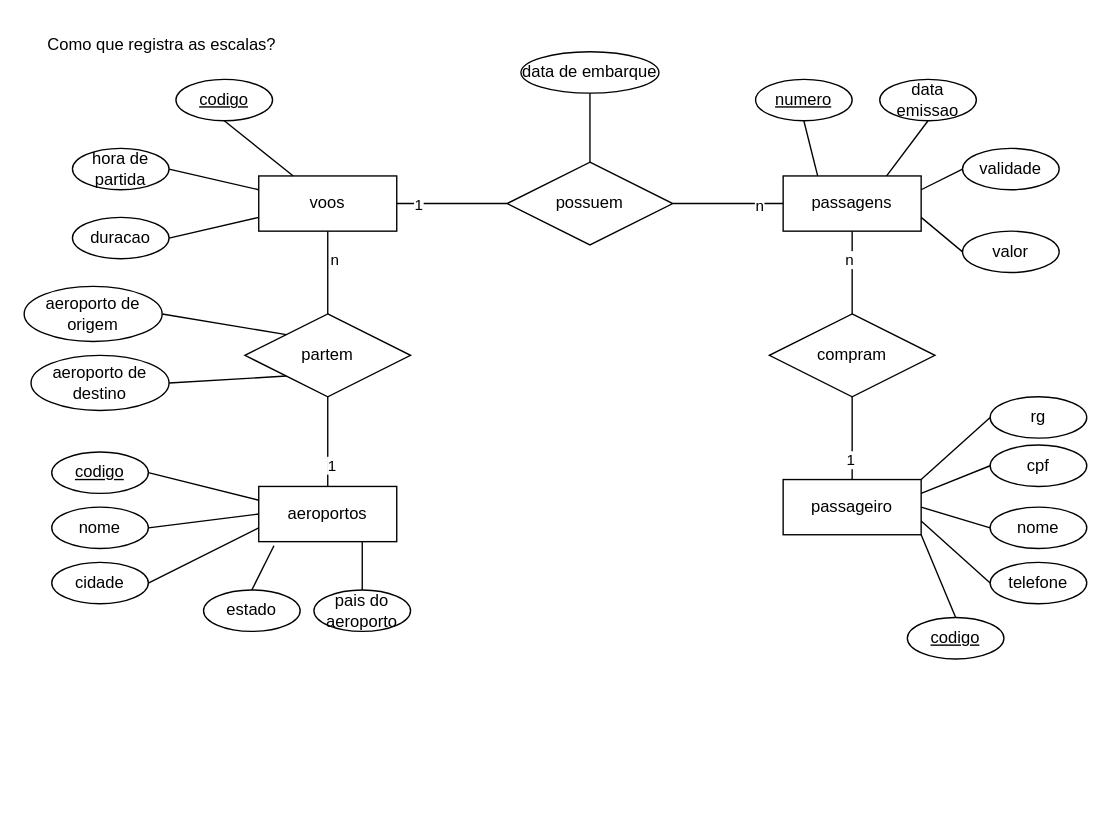
This is banco-de-dados-01/exercicios/mer/lista-01-mer-ex-003.drawio from lknupp/college-activities, a draw.io file, before an edit. Source tidied: cells renumbered, new cells numbered last; positions are measured from the earlier drawing's top-left corner, leaving out a move shared by most shapes. Both pictures are drawn from the tidied source at 138%, with x=0, y=0 at pixel (23, 23).
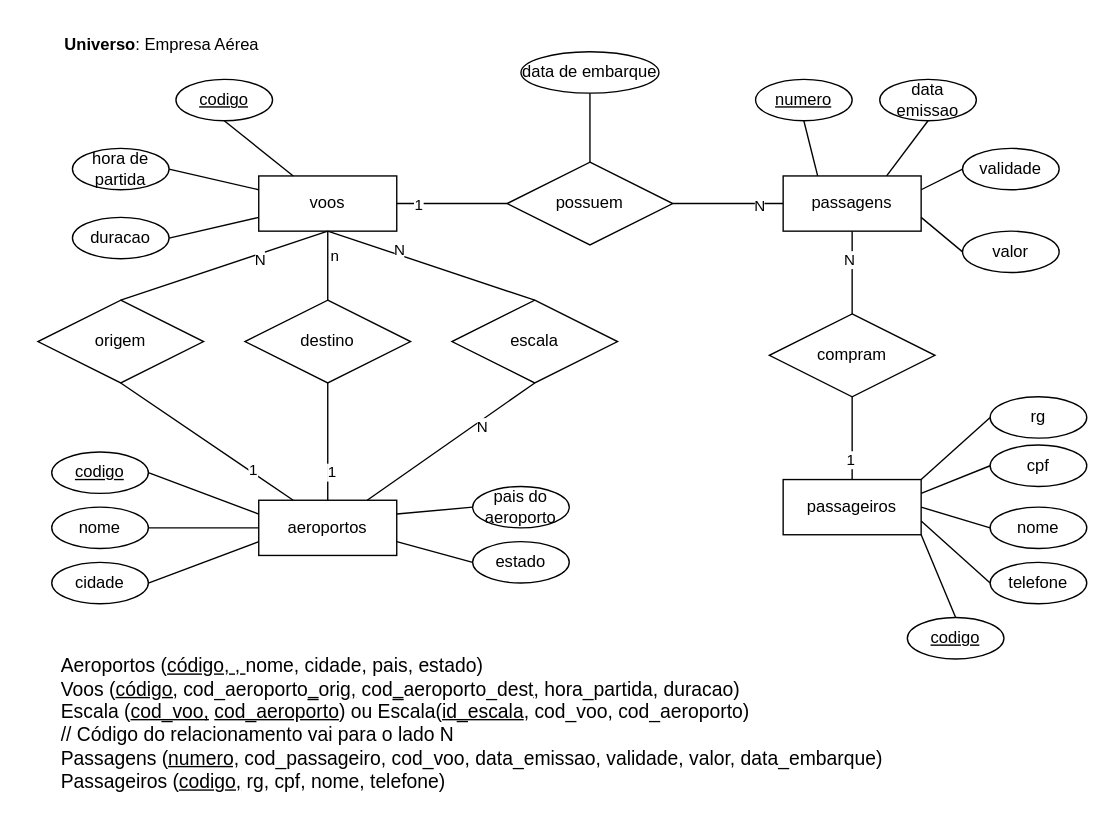
Above is the later version.

The change refers to these unchanged cells:
```xml
<mxCell id="2" value="voos" style="whiteSpace=wrap;html=1;align=center;" parent="1" vertex="1">
  <mxGeometry x="170" y="110" width="100" height="40" as="geometry" />
</mxCell>
<mxCell id="7" style="endArrow=none;html=1;rounded=0;exitX=0.5;exitY=0;exitDx=0;exitDy=0;entryX=0.5;entryY=1;entryDx=0;entryDy=0;" parent="1" edge="1" source="5" target="3">
  <mxGeometry relative="1" as="geometry" />
</mxCell>
<mxCell id="9" style="endArrow=none;html=1;rounded=0;entryX=0;entryY=0.5;entryDx=0;entryDy=0;exitX=1;exitY=0.5;exitDx=0;exitDy=0;" parent="1" edge="1" source="6" target="3">
  <mxGeometry relative="1" as="geometry" />
</mxCell>
<mxCell id="47" style="endArrow=none;html=1;rounded=0;entryX=0.5;entryY=1;entryDx=0;entryDy=0;exitX=0.5;exitY=0;exitDx=0;exitDy=0;" parent="1" edge="1" source="25" target="2">
  <mxGeometry relative="1" as="geometry" />
</mxCell>
```

Change to the diagram source:
```diff
@@
-    <mxCell id="4" value="passageiro" style="whiteSpace=wrap;html=1;align=center;flipV=0;flipH=0;direction=east;" parent="1" vertex="1">
+    <mxCell id="4" value="passageiros" style="whiteSpace=wrap;html=1;align=center;flipV=0;flipH=0;direction=east;" parent="1" vertex="1">
       <mxGeometry x="550" y="330" width="100" height="40" as="geometry" />
     </mxCell>
@@
-    <mxCell id="8" value="n" style="edgeLabel;html=1;align=center;verticalAlign=middle;" parent="7" vertex="1">
+    <mxCell id="8" value="N" style="edgeLabel;html=1;align=center;verticalAlign=middle;" parent="7" vertex="1">
       <mxGeometry x="0.33" y="3" relative="1" as="geometry" />
     </mxCell>
@@
-    <mxCell id="10" value="n" style="edgeLabel;html=1;align=center;verticalAlign=middle;" parent="9" vertex="1">
+    <mxCell id="10" value="N" style="edgeLabel;html=1;align=center;verticalAlign=middle;" parent="9" vertex="1">
       <mxGeometry x="0.55" y="-1" relative="1" as="geometry" />
     </mxCell>
@@
-    <mxCell id="25" value="partem" style="shape=rhombus;perimeter=rhombusPerimeter;whiteSpace=wrap;html=1;align=center;" parent="1" vertex="1">
-      <mxGeometry x="160" y="210" width="120" height="60" as="geometry" />
+    <mxCell id="25" value="origem" style="shape=rhombus;perimeter=rhombusPerimeter;whiteSpace=wrap;html=1;align=center;" parent="1" vertex="1">
+      <mxGeometry x="10" y="200" width="120" height="60" as="geometry" />
     </mxCell>
     <mxCell id="26" value="aeroportos" style="whiteSpace=wrap;html=1;align=center;" parent="1" vertex="1">
-      <mxGeometry x="170" y="335" width="100" height="40" as="geometry" />
+      <mxGeometry x="170" y="345" width="100" height="40" as="geometry" />
     </mxCell>
@@
     <mxCell id="38" value="estado" style="ellipse;whiteSpace=wrap;html=1;align=center;flipV=0;flipH=0;direction=east;" parent="1" vertex="1">
-      <mxGeometry x="130" y="410" width="70" height="30" as="geometry" />
+      <mxGeometry x="325" y="375" width="70" height="30" as="geometry" />
     </mxCell>
     <mxCell id="39" value="pais do aeroporto" style="ellipse;whiteSpace=wrap;html=1;align=center;flipV=0;flipH=0;direction=east;" parent="1" vertex="1">
-      <mxGeometry x="210" y="410" width="70" height="30" as="geometry" />
+      <mxGeometry x="325" y="335" width="70" height="30" as="geometry" />
     </mxCell>
@@
-    <mxCell id="43" style="endArrow=none;html=1;rounded=0;entryX=0.11;entryY=1.075;entryDx=0;entryDy=0;exitX=0.5;exitY=0;exitDx=0;exitDy=0;entryPerimeter=0;" parent="1" edge="1" source="38" target="26">
+    <mxCell id="43" style="endArrow=none;html=1;rounded=0;entryX=1;entryY=0.75;entryDx=0;entryDy=0;exitX=0;exitY=0.5;exitDx=0;exitDy=0;" parent="1" edge="1" source="38" target="26">
       <mxGeometry relative="1" as="geometry" />
     </mxCell>
-    <mxCell id="44" style="endArrow=none;html=1;rounded=0;entryX=0.75;entryY=1;entryDx=0;entryDy=0;exitX=0.5;exitY=0;exitDx=0;exitDy=0;" parent="1" edge="1" source="39" target="26">
+    <mxCell id="44" style="endArrow=none;html=1;rounded=0;entryX=1;entryY=0.25;entryDx=0;entryDy=0;exitX=0;exitY=0.5;exitDx=0;exitDy=0;" parent="1" edge="1" source="39" target="26">
       <mxGeometry relative="1" as="geometry" />
     </mxCell>
-    <mxCell id="45" style="endArrow=none;html=1;rounded=0;entryX=0.5;entryY=1;entryDx=0;entryDy=0;exitX=0.5;exitY=0;exitDx=0;exitDy=0;" parent="1" edge="1" source="26" target="25">
+    <mxCell id="45" style="endArrow=none;html=1;rounded=0;entryX=0.5;entryY=1;entryDx=0;entryDy=0;exitX=0.25;exitY=0;exitDx=0;exitDy=0;" parent="1" edge="1" source="26" target="25">
       <mxGeometry relative="1" as="geometry" />
     </mxCell>
@@
-    <mxCell id="48" value="n" style="edgeLabel;html=1;align=center;verticalAlign=middle;" parent="47" vertex="1">
+    <mxCell id="48" value="N" style="edgeLabel;html=1;align=center;verticalAlign=middle;" parent="47" vertex="1">
       <mxGeometry x="0.33" y="-4" relative="1" as="geometry" />
     </mxCell>
@@
-    <mxCell id="51" value="aeroporto de origem" style="ellipse;whiteSpace=wrap;html=1;align=center;" parent="1" vertex="1">
-      <mxGeometry y="190" width="100" height="40" as="geometry" />
-    </mxCell>
-    <mxCell id="52" value="aeroporto de destino" style="ellipse;whiteSpace=wrap;html=1;align=center;" parent="1" vertex="1">
-      <mxGeometry x="5" y="240" width="100" height="40" as="geometry" />
-    </mxCell>
-    <mxCell id="53" style="endArrow=none;html=1;rounded=0;entryX=0;entryY=0;entryDx=0;entryDy=0;exitX=1;exitY=0.5;exitDx=0;exitDy=0;" parent="1" edge="1" source="51" target="25">
-      <mxGeometry relative="1" as="geometry" />
-    </mxCell>
-    <mxCell id="54" style="endArrow=none;html=1;rounded=0;entryX=0;entryY=1;entryDx=0;entryDy=0;exitX=1;exitY=0.5;exitDx=0;exitDy=0;" parent="1" edge="1" source="52" target="25">
-      <mxGeometry relative="1" as="geometry" />
-    </mxCell>
@@
-    <mxCell id="61" value="Como que registra as escalas?" style="text;html=1;strokeColor=none;fillColor=none;align=center;verticalAlign=middle;whiteSpace=wrap;rounded=0;" parent="1" vertex="1">
+    <mxCell id="61" value="&lt;b&gt;Universo&lt;/b&gt;: Empresa Aérea" style="text;html=1;strokeColor=none;fillColor=none;align=center;verticalAlign=middle;whiteSpace=wrap;rounded=0;" parent="1" vertex="1">
       <mxGeometry x="10" width="180" height="30" as="geometry" />
     </mxCell>
+    <mxCell id="62" value="destino" style="shape=rhombus;perimeter=rhombusPerimeter;whiteSpace=wrap;html=1;align=center;" parent="1" vertex="1">
+      <mxGeometry x="160" y="200" width="120" height="60" as="geometry" />
+    </mxCell>
+    <mxCell id="63" value="escala" style="shape=rhombus;perimeter=rhombusPerimeter;whiteSpace=wrap;html=1;align=center;" parent="1" vertex="1">
+      <mxGeometry x="310" y="200" width="120" height="60" as="geometry" />
+    </mxCell>
+    <mxCell id="64" style="endArrow=none;html=1;rounded=0;exitX=0.5;exitY=0;exitDx=0;exitDy=0;" parent="1" edge="1" source="62">
+      <mxGeometry relative="1" as="geometry">
+        <mxPoint x="220" y="150" as="targetPoint" />
+      </mxGeometry>
+    </mxCell>
+    <mxCell id="65" value="n" style="edgeLabel;html=1;align=center;verticalAlign=middle;" parent="64" vertex="1">
+      <mxGeometry x="0.33" y="-4" relative="1" as="geometry" />
+    </mxCell>
+    <mxCell id="66" style="endArrow=none;html=1;rounded=0;exitX=0.5;exitY=0;exitDx=0;exitDy=0;entryX=0.5;entryY=1;entryDx=0;entryDy=0;" parent="1" edge="1" source="63" target="2">
+      <mxGeometry relative="1" as="geometry" />
+    </mxCell>
+    <mxCell id="67" value="N" style="edgeLabel;html=1;align=center;verticalAlign=middle;" parent="66" vertex="1">
+      <mxGeometry x="0.33" y="-4" relative="1" as="geometry" />
+    </mxCell>
+    <mxCell id="68" style="endArrow=none;html=1;rounded=0;entryX=0.5;entryY=1;entryDx=0;entryDy=0;exitX=0.5;exitY=0;exitDx=0;exitDy=0;" parent="1" edge="1" source="26" target="62">
+      <mxGeometry relative="1" as="geometry" />
+    </mxCell>
+    <mxCell id="69" value="1" style="edgeLabel;html=1;align=center;verticalAlign=middle;" parent="68" vertex="1">
+      <mxGeometry x="-0.51" y="-2" relative="1" as="geometry" />
+    </mxCell>
+    <mxCell id="70" style="endArrow=none;html=1;rounded=0;entryX=0.5;entryY=1;entryDx=0;entryDy=0;" parent="1" edge="1" source="26" target="63">
+      <mxGeometry relative="1" as="geometry" />
+    </mxCell>
+    <mxCell id="71" value="N" style="edgeLabel;html=1;align=center;verticalAlign=middle;" parent="70" vertex="1">
+      <mxGeometry x="0.33" y="-4" relative="1" as="geometry" />
+    </mxCell>
+    <mxCell id="72" value="&lt;div align=&quot;left&quot;&gt;&lt;font style=&quot;font-size: 14px&quot;&gt;Aeroportos (&lt;u&gt;código, , &lt;/u&gt;nome, cidade, pais, estado)&lt;/font&gt;&lt;/div&gt;&lt;div align=&quot;left&quot;&gt;&lt;font style=&quot;font-size: 14px&quot;&gt;Voos (&lt;u&gt;código,&lt;/u&gt; cod_aeroporto&lt;u&gt;_&lt;/u&gt;orig&lt;u&gt;,&lt;/u&gt; cod&lt;u&gt;_&lt;/u&gt;aeroporto_dest&lt;u&gt;,&lt;/u&gt; hora_partida, duracao)&lt;/font&gt;&lt;/div&gt;&lt;div align=&quot;left&quot;&gt;&lt;font style=&quot;font-size: 14px&quot;&gt;Escala (&lt;u&gt;cod_voo,&lt;/u&gt; &lt;u&gt;cod_aeroporto&lt;/u&gt;) ou Escala(&lt;u&gt;id_escala&lt;/u&gt;, &lt;/font&gt;&lt;font style=&quot;font-size: 14px&quot;&gt;&lt;font style=&quot;font-size: 14px&quot;&gt;cod_voo, cod_aeroporto)&lt;/font&gt;&lt;/font&gt;&lt;/div&gt;&lt;div align=&quot;left&quot;&gt;&lt;font style=&quot;font-size: 14px&quot;&gt;&lt;font style=&quot;font-size: 14px&quot;&gt;// Código do relacionamento vai para o lado N&lt;br&gt;&lt;/font&gt; &lt;/font&gt;&lt;/div&gt;&lt;div align=&quot;left&quot;&gt;&lt;font style=&quot;font-size: 14px&quot;&gt;Passagens (&lt;u&gt;numero,&lt;/u&gt; cod_passageiro, cod_voo, data_emissao, validade, valor, data_embarque)&lt;br&gt;&lt;/font&gt;&lt;/div&gt;&lt;div align=&quot;left&quot;&gt;&lt;font style=&quot;font-size: 14px&quot;&gt;Passageiros (&lt;u&gt;codigo,&lt;/u&gt; rg, cpf, nome, telefone)&lt;br&gt;&lt;/font&gt;&lt;/div&gt;&lt;div align=&quot;left&quot;&gt;&lt;font style=&quot;font-size: 14px&quot;&gt;&lt;br&gt;&lt;/font&gt;&lt;/div&gt;" style="text;html=1;strokeColor=none;fillColor=none;align=left;verticalAlign=middle;whiteSpace=wrap;rounded=0;" parent="1" vertex="1">
+      <mxGeometry x="25" y="460" width="725" height="110" as="geometry" />
+    </mxCell>
```
